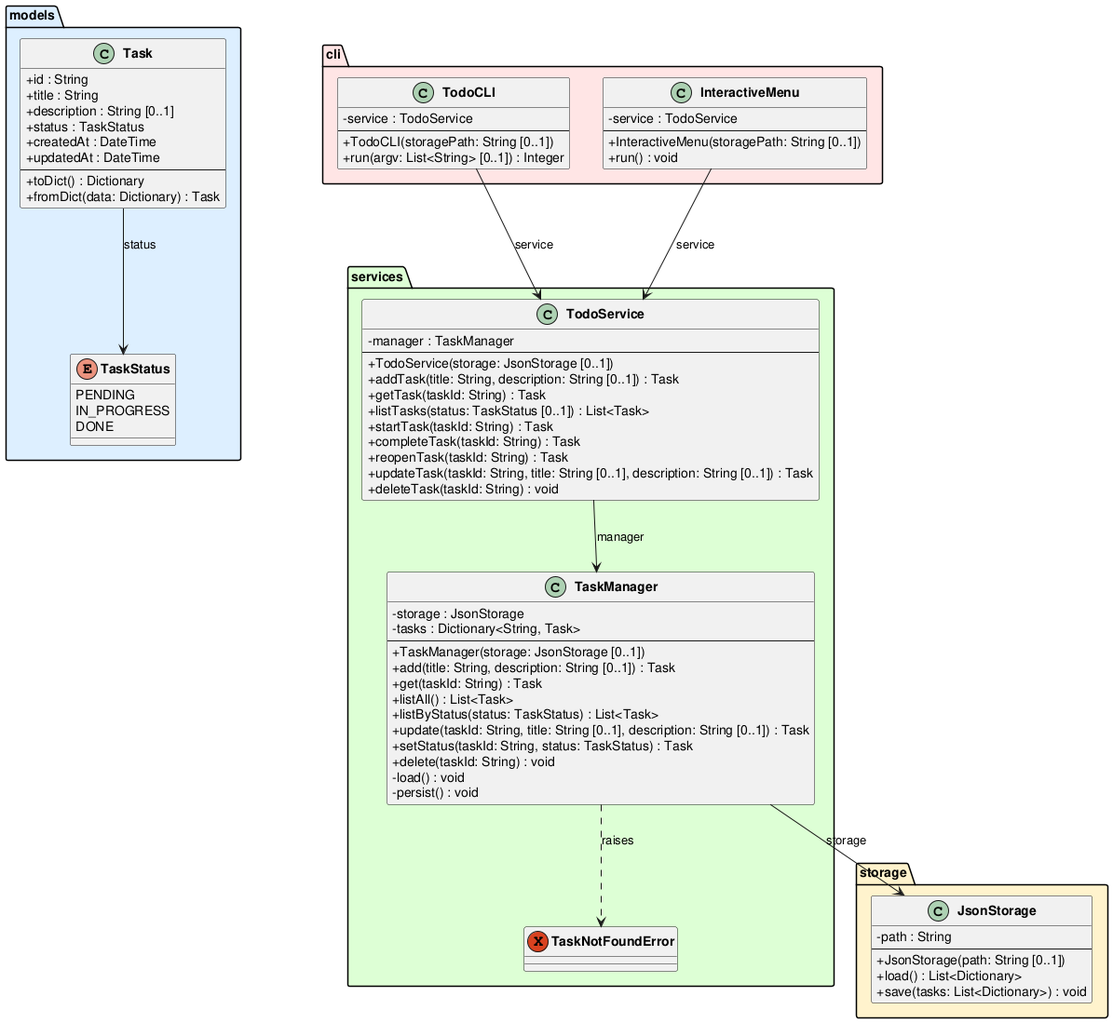
Above: experiments/broadcast/user_stories/TODO/artifacts/class_diagram.png in DanielRiha8906/Software_autoevolution_using_agents (PlantUML), before the change.
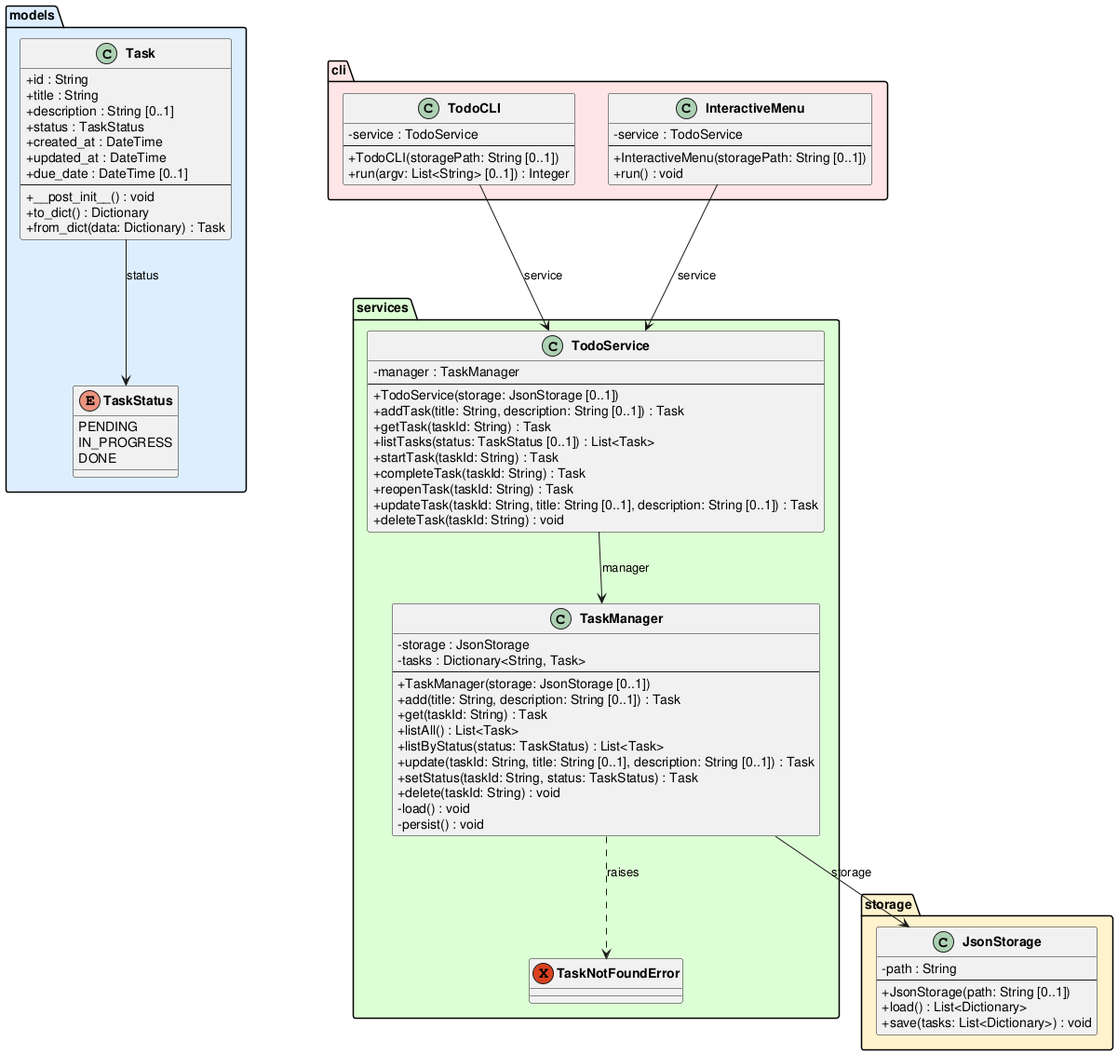
After the change.

Diff of the diagram source:
```diff
@@ -15,11 +15,13 @@
         +title : String
         +description : String [0..1]
         +status : TaskStatus
-        +createdAt : DateTime
-        +updatedAt : DateTime
+        +created_at : DateTime
+        +updated_at : DateTime
+        +due_date : DateTime [0..1]
         --
-        +toDict() : Dictionary
-        +fromDict(data: Dictionary) : Task
+        +__post_init__() : void
+        +to_dict() : Dictionary
+        +from_dict(data: Dictionary) : Task
     }
 }
 
```
